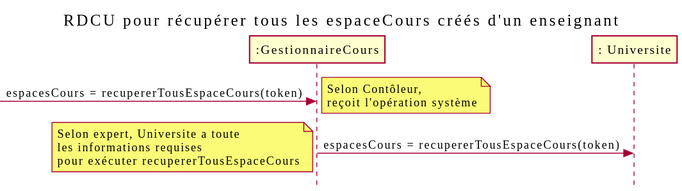
This is out/docs/Récupérer cours/RDCU_Recuperer_Cours/récupérer tous les cours créés.svg from nerdz88/SGA-TS, a PlantUML export, as it was before one commit.
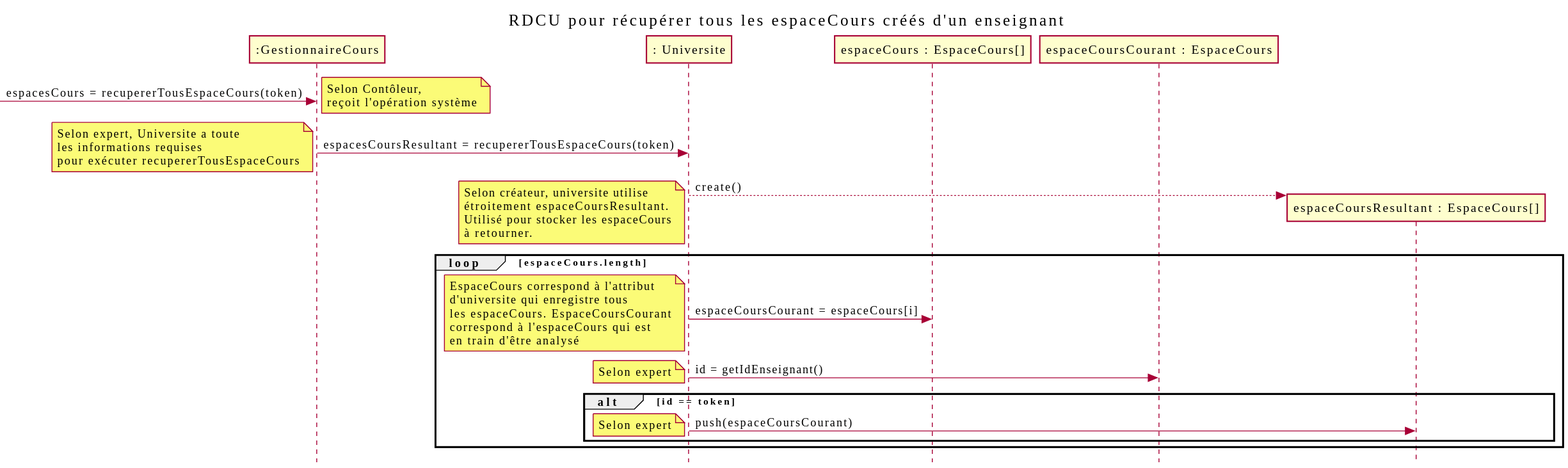
The same file after the commit.

The edit, as a diff of the source:
```diff
@@ -4,9 +4,24 @@
 title RDCU pour récupérer tous les espaceCours créés d'un enseignant
 participant ":GestionnaireCours" as controleur
 participant ": Universite" as mapCours
+participant "espaceCours : EspaceCours[]" as cours
+participant "espaceCoursCourant : EspaceCours" as courant
+participant "espaceCoursResultant : EspaceCours[]" as resultat
 
 ->controleur : espacesCours = recupererTousEspaceCours(token)
 note right : Selon Contôleur,\nreçoit l'opération système
-controleur -> mapCours : espacesCours = recupererTousEspaceCours(token)
+controleur -> mapCours : espacesCoursResultant = recupererTousEspaceCours(token)
 note left : Selon expert, Universite a toute\nles informations requises\npour exécuter recupererTousEspaceCours
+mapCours --> resultat** : create()
+note left : Selon créateur, universite utilise\nétroitement espaceCoursResultant.\nUtilisé pour stocker les espaceCours\nà retourner.
+loop espaceCours.length
+mapCours -> cours : espaceCoursCourant = espaceCours[i]
+note left : EspaceCours correspond à l'attribut\nd'universite qui enregistre tous\nles espaceCours. EspaceCoursCourant\ncorrespond à l'espaceCours qui est\nen train d'être analysé
+mapCours -> courant : id = getIdEnseignant()
+note left : Selon expert
+alt id == token
+mapCours -> resultat : push(espaceCoursCourant)
+note left : Selon expert
+end
+end
 @enduml
```
